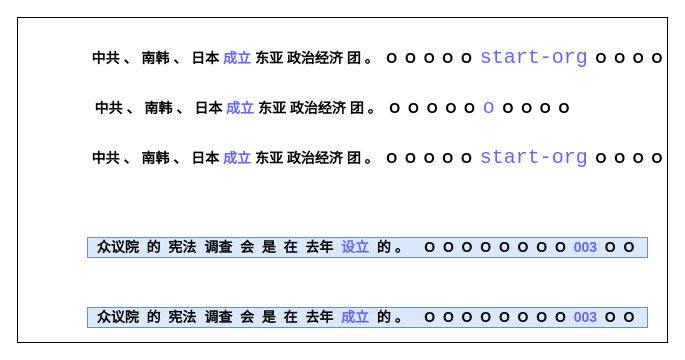
Above: keys ayasi.drawio in gitofding/first_repository (draw.io), before the change. Source tidied: cells renumbered, new cells numbered last; positions are measured from the earlier drawing's top-left corner, leaving out a move shared by most shapes. Both pictures are drawn from the tidied source at 100%, with x=0, y=0 at pixel (17, 17).
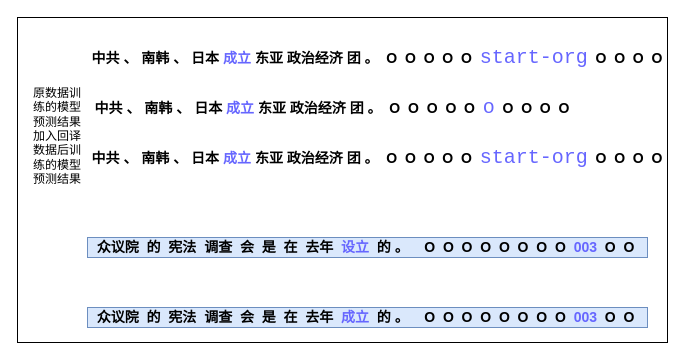
Above is the later version.

What changed in the source:
```diff
@@
 <mxGraphModel>
   <root>
     <mxCell id="0" />
     <mxCell id="1" parent="0" />
     <mxCell id="2" style="rounded=0;whiteSpace=wrap;html=1;" parent="1" vertex="1">
       <mxGeometry width="650" height="325" as="geometry" />
     </mxCell>
     <mxCell id="3" value="&lt;span style=&quot;font-size: 14px&quot;&gt;&lt;b&gt;中共 、 南韩 、 日本 &lt;font color=&quot;#6666ff&quot;&gt;成立&lt;/font&gt; 东亚 政治经济 团 。&lt;span&gt; &lt;/span&gt;&amp;nbsp;O&amp;nbsp; O&amp;nbsp; O&amp;nbsp; O&amp;nbsp; O&amp;nbsp;&amp;nbsp;&lt;/b&gt;&lt;/span&gt;&lt;span style=&quot;background-color: rgb(255 , 255 , 255) ; font-family: &amp;#34;consolas&amp;#34; , monospace ; font-size: 15pt&quot;&gt;&lt;font color=&quot;#6666ff&quot;&gt;start-org&lt;/font&gt;&lt;/span&gt;&lt;b style=&quot;font-size: 14px&quot;&gt;&amp;nbsp; O&amp;nbsp; O&amp;nbsp; O&amp;nbsp; O&lt;/b&gt;" style="text;html=1;align=center;verticalAlign=middle;whiteSpace=wrap;rounded=0;" parent="1" vertex="1">
       <mxGeometry x="70" y="30" width="580" height="20" as="geometry" />
     </mxCell>
     <mxCell id="4" value="&lt;b style=&quot;font-size: 14px&quot;&gt;中共 、 南韩 、 日本 &lt;font color=&quot;#6666ff&quot;&gt;成立&lt;/font&gt;&amp;nbsp;东亚 政治经济 团 。&lt;span&gt; &lt;/span&gt;&amp;nbsp;O&amp;nbsp; O&amp;nbsp; O&amp;nbsp; O&amp;nbsp; O&amp;nbsp; &lt;/b&gt;&lt;font face=&quot;consolas, monospace&quot; color=&quot;#6666ff&quot;&gt;&lt;span style=&quot;font-size: 20px ; background-color: rgb(255 , 255 , 255)&quot;&gt;o&lt;/span&gt;&lt;/font&gt;&lt;b style=&quot;font-size: 14px&quot;&gt;&amp;nbsp; O&amp;nbsp; O&amp;nbsp; O&amp;nbsp; O&lt;/b&gt;" style="text;html=1;align=center;verticalAlign=middle;whiteSpace=wrap;rounded=0;" parent="1" vertex="1">
       <mxGeometry x="70" y="80" width="490" height="20" as="geometry" />
     </mxCell>
     <mxCell id="5" value="&lt;span style=&quot;font-size: 14px&quot;&gt;&lt;b&gt;中共 、 南韩 、 日本 &lt;font color=&quot;#6666ff&quot;&gt;成立&lt;/font&gt; 东亚 政治经济 团 。&lt;span&gt; &lt;/span&gt;&amp;nbsp;O&amp;nbsp; O&amp;nbsp; O&amp;nbsp; O&amp;nbsp; O&amp;nbsp;&amp;nbsp;&lt;/b&gt;&lt;/span&gt;&lt;span style=&quot;background-color: rgb(255 , 255 , 255) ; font-family: &amp;#34;consolas&amp;#34; , monospace ; font-size: 15pt&quot;&gt;&lt;font color=&quot;#6666ff&quot;&gt;start-org&lt;/font&gt;&lt;/span&gt;&lt;b style=&quot;font-size: 14px&quot;&gt;&amp;nbsp; O&amp;nbsp; O&amp;nbsp; O&amp;nbsp; O&lt;/b&gt;" style="text;html=1;align=center;verticalAlign=middle;whiteSpace=wrap;rounded=0;" parent="1" vertex="1">
       <mxGeometry x="70" y="130" width="580" height="20" as="geometry" />
     </mxCell>
     <mxCell id="6" value="&lt;b style=&quot;font-size: 14px&quot;&gt;众议院&amp;nbsp; 的&amp;nbsp; 宪法&amp;nbsp; 调查&amp;nbsp; 会&amp;nbsp; 是&amp;nbsp; 在&amp;nbsp; 去年&amp;nbsp; &lt;font color=&quot;#6666ff&quot;&gt;成立&amp;nbsp;&lt;/font&gt; 的 。&amp;nbsp;&amp;nbsp;&amp;nbsp; O&amp;nbsp; O&amp;nbsp; O&amp;nbsp; O&amp;nbsp; O&amp;nbsp; O&amp;nbsp; O&amp;nbsp; O&amp;nbsp;&amp;nbsp;&lt;font color=&quot;#6666ff&quot;&gt;003&amp;nbsp;&lt;/font&gt; O&amp;nbsp; O&amp;nbsp;&lt;/b&gt;" style="text;html=1;align=center;verticalAlign=middle;strokeColor=#6c8ebf;fillColor=#dae8fc;" parent="1" vertex="1">
       <mxGeometry x="70" y="290" width="560" height="20" as="geometry" />
     </mxCell>
     <mxCell id="7" value="&lt;b style=&quot;font-size: 14px&quot;&gt;众议院&amp;nbsp; 的&amp;nbsp; 宪法&amp;nbsp; 调查&amp;nbsp; 会&amp;nbsp; 是&amp;nbsp; 在&amp;nbsp; 去年&amp;nbsp; &lt;font color=&quot;#6666ff&quot;&gt;设立&amp;nbsp;&lt;/font&gt; 的 。&amp;nbsp;&amp;nbsp;&amp;nbsp; O&amp;nbsp; O&amp;nbsp; O&amp;nbsp; O&amp;nbsp; O&amp;nbsp; O&amp;nbsp; O&amp;nbsp; O&amp;nbsp;&amp;nbsp;&lt;font color=&quot;#6666ff&quot;&gt;003&amp;nbsp;&lt;/font&gt; O&amp;nbsp; O&amp;nbsp;&lt;/b&gt;" style="text;html=1;align=center;verticalAlign=middle;strokeColor=#6c8ebf;fillColor=#dae8fc;" parent="1" vertex="1">
       <mxGeometry x="70" y="220" width="560" height="20" as="geometry" />
     </mxCell>
+    <mxCell id="8" value="原数据训练的模型预测结果" style="text;html=1;strokeColor=none;fillColor=none;align=center;verticalAlign=middle;whiteSpace=wrap;rounded=0;" parent="1" vertex="1">
+      <mxGeometry x="10" y="80" width="60" height="20" as="geometry" />
+    </mxCell>
+    <mxCell id="9" value="加入回译数据后训练的模型预测结果" style="text;html=1;strokeColor=none;fillColor=none;align=center;verticalAlign=middle;whiteSpace=wrap;rounded=0;" parent="1" vertex="1">
+      <mxGeometry x="10" y="122.5" width="60" height="35" as="geometry" />
+    </mxCell>
   </root>
 </mxGraphModel>
```
